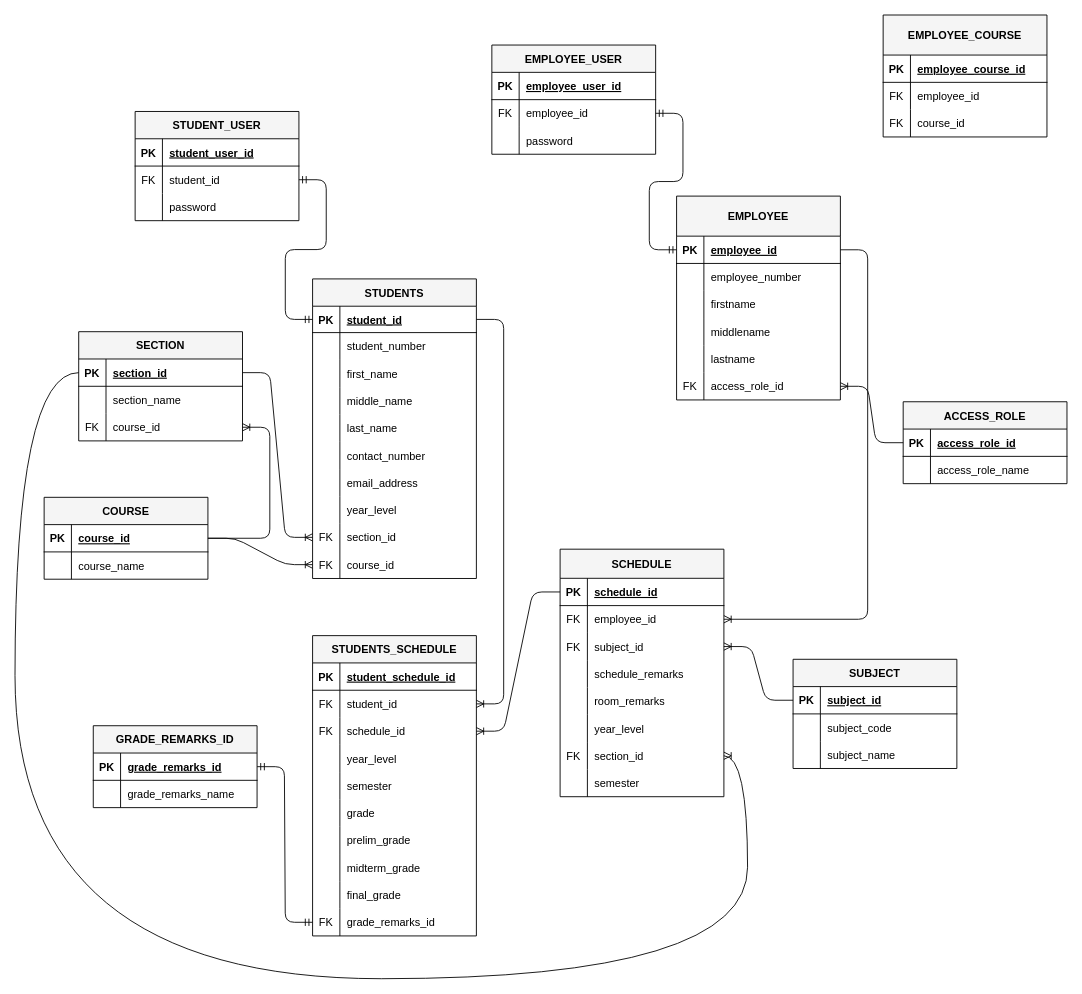
Earlier version of the draw.io diagram ERD.drawio (Juanester/ICC-Student-Portal). Source tidied: cells renumbered, new cells numbered last; positions are measured from the earlier drawing's top-left corner, leaving out a move shared by most shapes. Both pictures are drawn from the tidied source at 91%, with x=0, y=0 at pixel (15, 15).
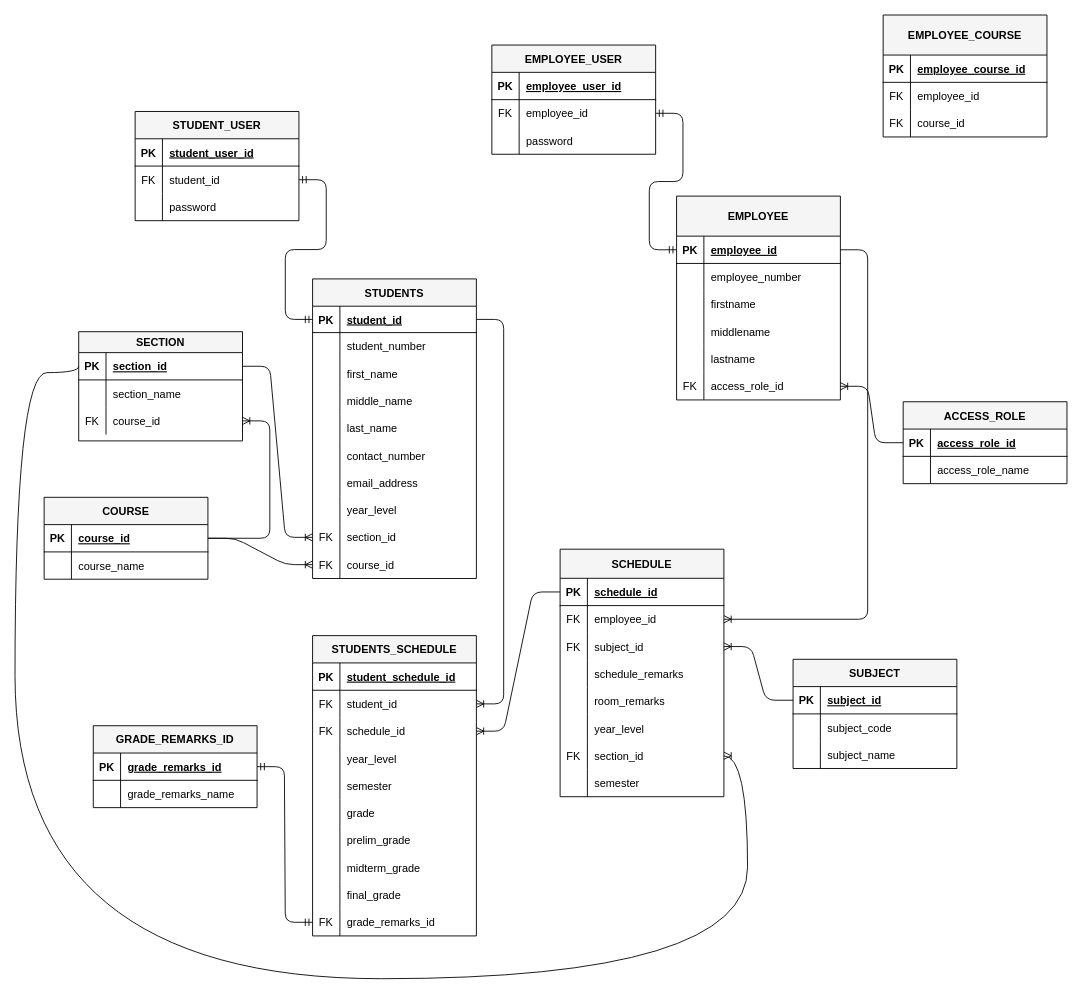
The same page after the edit.

Diff of the diagram source:
```diff
@@
-    <mxCell id="33" value="SECTION" style="shape=table;startSize=30;childLayout=tableLayout;rowLines=0;fontStyle=1;align=center;fillColor=#f5f5f5;fontColor=#000000;strokeColor=#000000;" parent="1" vertex="1">
+    <mxCell id="33" value="SECTION" style="shape=table;startSize=23;childLayout=tableLayout;rowLines=0;fontStyle=1;align=center;fillColor=#f5f5f5;fontColor=#000000;strokeColor=#000000;" parent="1" vertex="1">
       <mxGeometry x="70" y="348" width="180" height="120" as="geometry" />
     </mxCell>
     <mxCell id="34" style="shape=tableRow;horizontal=0;startSize=0;swimlaneHead=0;swimlaneBody=0;fillColor=none;points=[[0,0.5],[1,0.5]];portConstraint=eastwest;top=0;left=0;right=0;bottom=1;fontColor=#000000;" parent="33" vertex="1">
-      <mxGeometry y="30" width="180" height="30" as="geometry" />
+      <mxGeometry y="23" width="180" height="30" as="geometry" />
     </mxCell>
@@
     <mxCell id="37" style="shape=tableRow;horizontal=0;startSize=0;swimlaneHead=0;swimlaneBody=0;fillColor=none;top=0;left=0;right=0;bottom=0;fontColor=#000000;" parent="33" vertex="1">
-      <mxGeometry y="60" width="180" height="30" as="geometry" />
+      <mxGeometry y="53" width="180" height="30" as="geometry" />
     </mxCell>
@@
     <mxCell id="40" style="shape=tableRow;horizontal=0;startSize=0;swimlaneHead=0;swimlaneBody=0;fillColor=none;points=[[0,0.5],[1,0.5]];portConstraint=eastwest;top=0;left=0;right=0;bottom=0;fontColor=#000000;" parent="33" vertex="1">
-      <mxGeometry y="90" width="180" height="30" as="geometry" />
+      <mxGeometry y="83" width="180" height="30" as="geometry" />
     </mxCell>
```
